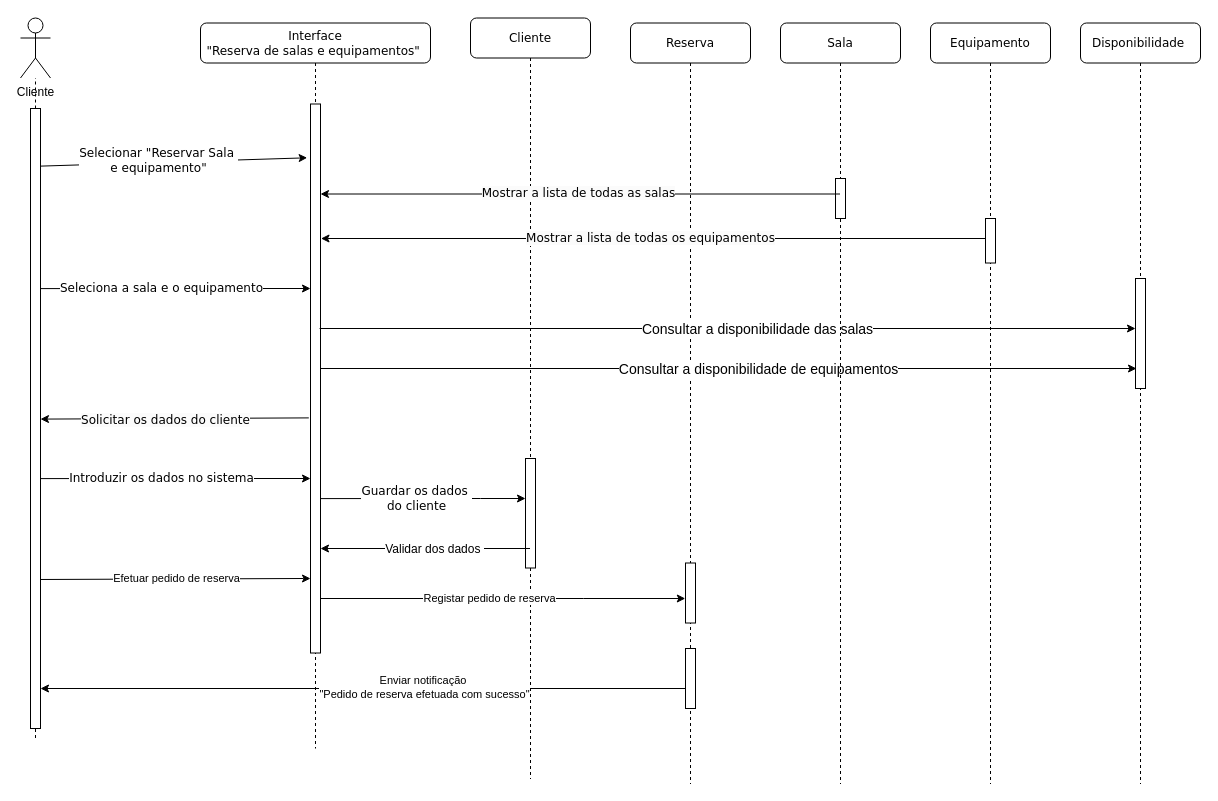
Earlier version of the draw.io diagram page "Diagrama de Sequência" (1 of 2) of UMLDiagram.drawio (ic3K1ng/Rooms-Equipments). Source tidied: cells renumbered, new cells numbered last; positions are measured from the earlier drawing's top-left corner, leaving out a move shared by most shapes. Both pictures are drawn from the tidied source at 100%, with x=0, y=0 at pixel (20, 18).
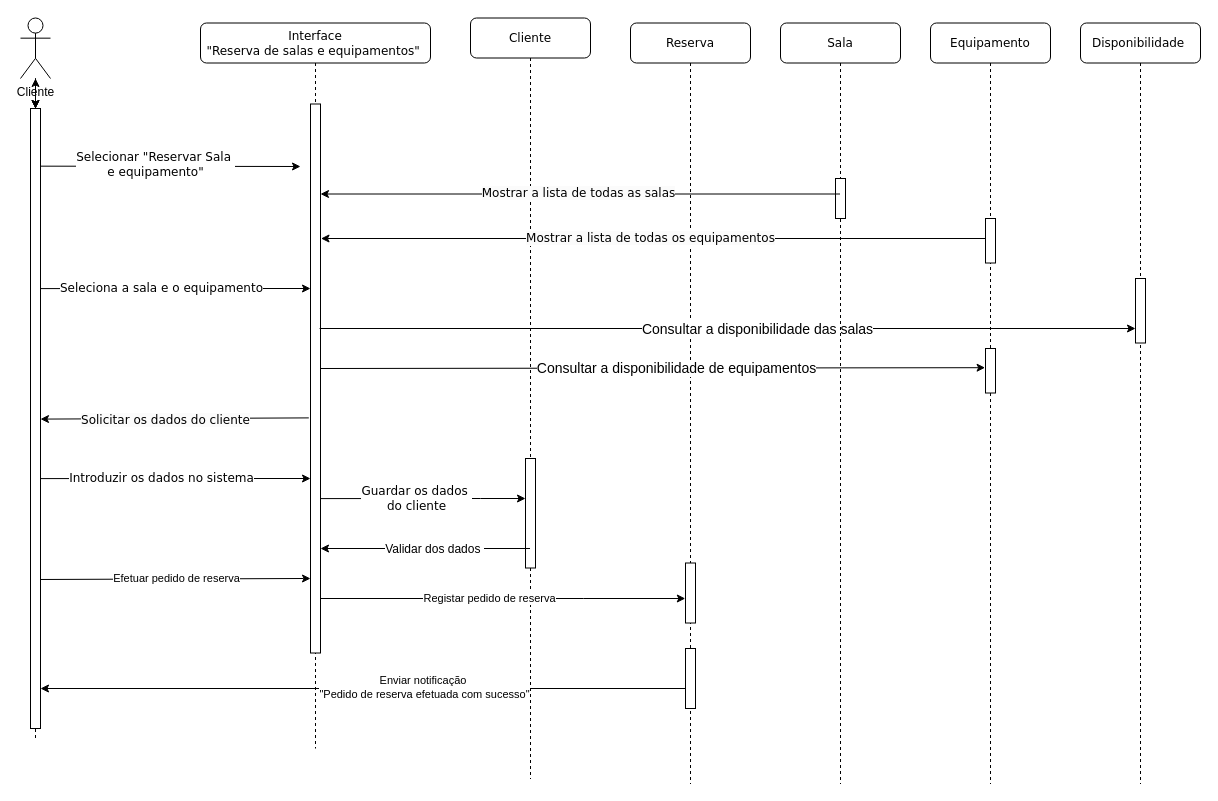
After the change.

The change refers to these unchanged cells:
```xml
<mxCell id="8" value="Interface&lt;div style=&quot;font-size: 12px;&quot;&gt;&quot;Reserva de salas e equipamentos&quot;&amp;nbsp;&lt;/div&gt;" style="shape=umlLifeline;perimeter=lifelinePerimeter;whiteSpace=wrap;html=1;rounded=1;shadow=0;comic=0;labelBackgroundColor=none;strokeWidth=1;fontFamily=Verdana;fontSize=12;align=center;" parent="1" vertex="1">
  <mxGeometry x="180" y="4.5" width="230" height="725.5" as="geometry" />
</mxCell>
<mxCell id="9" style="html=1;points=[];perimeter=orthogonalPerimeter;rounded=0;shadow=0;comic=0;labelBackgroundColor=none;strokeWidth=1;fontFamily=Verdana;fontSize=12;align=center;" parent="8" vertex="1">
  <mxGeometry x="110" y="81" width="10" height="549" as="geometry" />
</mxCell>
<mxCell id="24" value="Disponibilidade&amp;nbsp;" style="shape=umlLifeline;perimeter=lifelinePerimeter;whiteSpace=wrap;html=1;rounded=1;shadow=0;comic=0;labelBackgroundColor=none;strokeWidth=1;fontFamily=Verdana;fontSize=12;align=center;" parent="1" vertex="1">
  <mxGeometry x="1060" y="4.5" width="120" height="761" as="geometry" />
</mxCell>
<mxCell id="30" value="Equipamento" style="shape=umlLifeline;perimeter=lifelinePerimeter;whiteSpace=wrap;html=1;rounded=1;shadow=0;comic=0;labelBackgroundColor=none;strokeWidth=1;fontFamily=Verdana;fontSize=12;align=center;" parent="1" vertex="1">
  <mxGeometry x="910" y="4.5" width="120" height="761" as="geometry" />
</mxCell>
<mxCell id="33" style="html=1;points=[];perimeter=orthogonalPerimeter;rounded=0;shadow=0;comic=0;labelBackgroundColor=none;strokeWidth=1;fontFamily=Verdana;fontSize=12;align=center;" parent="1" vertex="1">
  <mxGeometry x="10" y="90" width="10" height="620" as="geometry" />
</mxCell>
```

The edit, as a diff of the source:
```diff
@@
-    <mxCell id="18" style="endArrow=classic;html=1;rounded=0;labelBackgroundColor=none;fontColor=default;exitX=0.88;exitY=0.093;exitDx=0;exitDy=0;exitPerimeter=0;entryX=-0.333;entryY=0.098;entryDx=0;entryDy=0;entryPerimeter=0;" parent="1" edge="1" source="33" target="9">
-      <mxGeometry relative="1" as="geometry" />
+    <mxCell id="18" style="endArrow=classic;html=1;rounded=0;labelBackgroundColor=none;fontColor=default;exitX=0.88;exitY=0.093;exitDx=0;exitDy=0;exitPerimeter=0;" parent="8" edge="1" source="33">
+      <mxGeometry relative="1" as="geometry">
+        <mxPoint x="100" y="143.5" as="targetPoint" />
+      </mxGeometry>
     </mxCell>
@@
+    <mxCell id="46" style="edgeStyle=orthogonalEdgeStyle;rounded=0;jettySize=auto;html=1;" parent="1" edge="1" source="20" target="33">
+      <mxGeometry relative="1" as="geometry" />
+    </mxCell>
+    <mxCell id="47" style="edgeStyle=orthogonalEdgeStyle;rounded=0;jettySize=auto;html=1;" parent="1" edge="1" source="20" target="33">
+      <mxGeometry relative="1" as="geometry" />
+    </mxCell>
+    <mxCell id="48" style="edgeStyle=orthogonalEdgeStyle;rounded=0;jettySize=auto;html=1;" parent="1" edge="1" source="20" target="33">
+      <mxGeometry relative="1" as="geometry" />
+    </mxCell>
     <mxCell id="20" value="Cliente" style="shape=umlActor;html=1;verticalLabelPosition=bottom;verticalAlign=top;align=center;" parent="1" vertex="1">
-      <mxGeometry y="-0.5" width="30" height="60" as="geometry" />
+      <mxGeometry y="-0.5" width="30" height="60.5" as="geometry" />
     </mxCell>
@@
     <mxCell id="25" style="html=1;perimeter=orthogonalPerimeter;rounded=0;shadow=0;comic=0;labelBackgroundColor=none;strokeWidth=1;fontFamily=Verdana;fontSize=12;align=center;" parent="24" vertex="1">
-      <mxGeometry x="55" y="255.5" width="10" height="110" as="geometry" />
+      <mxGeometry x="55" y="255.5" width="10" height="64.5" as="geometry" />
     </mxCell>
-    <mxCell id="26" style="endArrow=none;html=1;rounded=0;labelBackgroundColor=none;fontColor=default;entryX=1.36;entryY=0.139;entryDx=0;entryDy=0;entryPerimeter=0;startArrow=classic;startFill=1;endFill=0;" parent="24" edge="1">
+    <mxCell id="26" style="endArrow=none;html=1;rounded=0;labelBackgroundColor=none;fontColor=default;entryX=1.36;entryY=0.139;entryDx=0;entryDy=0;entryPerimeter=0;startArrow=classic;startFill=1;endFill=0;exitX=-0.04;exitY=0.431;exitDx=0;exitDy=0;exitPerimeter=0;" parent="24" edge="1" source="49">
       <mxGeometry x="-0.03" y="-74" relative="1" as="geometry">
-        <mxPoint x="56" y="345.5" as="sourcePoint" />
         <mxPoint x="-760" y="345.5" as="targetPoint" />
       </mxGeometry>
     </mxCell>
@@
+    <mxCell id="49" style="html=1;points=[];perimeter=orthogonalPerimeter;rounded=0;shadow=0;comic=0;labelBackgroundColor=none;strokeWidth=1;fontFamily=Verdana;fontSize=12;align=center;" parent="30" vertex="1">
+      <mxGeometry x="55" y="325.5" width="10" height="44.5" as="geometry" />
+    </mxCell>
@@
+    <mxCell id="50" style="edgeStyle=orthogonalEdgeStyle;rounded=0;jettySize=auto;html=1;" parent="1" edge="1" source="33" target="20">
+      <mxGeometry relative="1" as="geometry" />
+    </mxCell>
```
